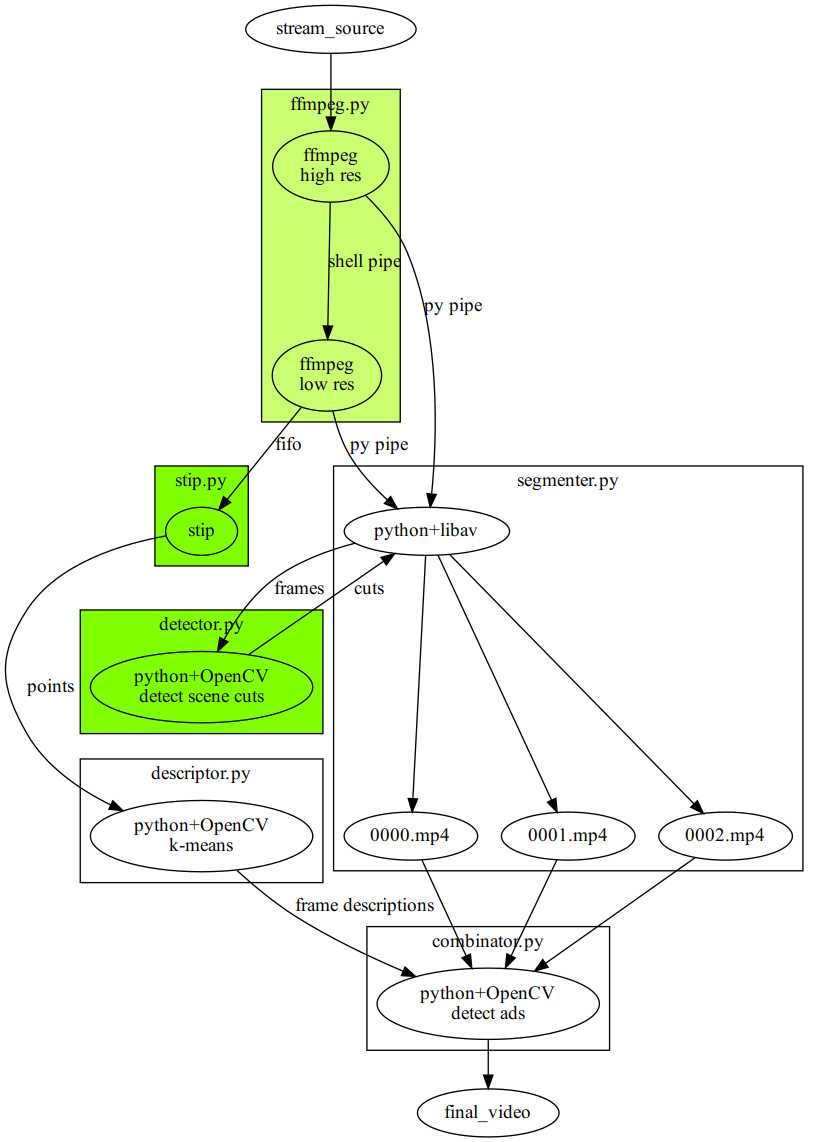
Earlier version of the Graphviz export graph.png (ilyaluk/detect_ads). Its source is kept beside it as graph.gv.
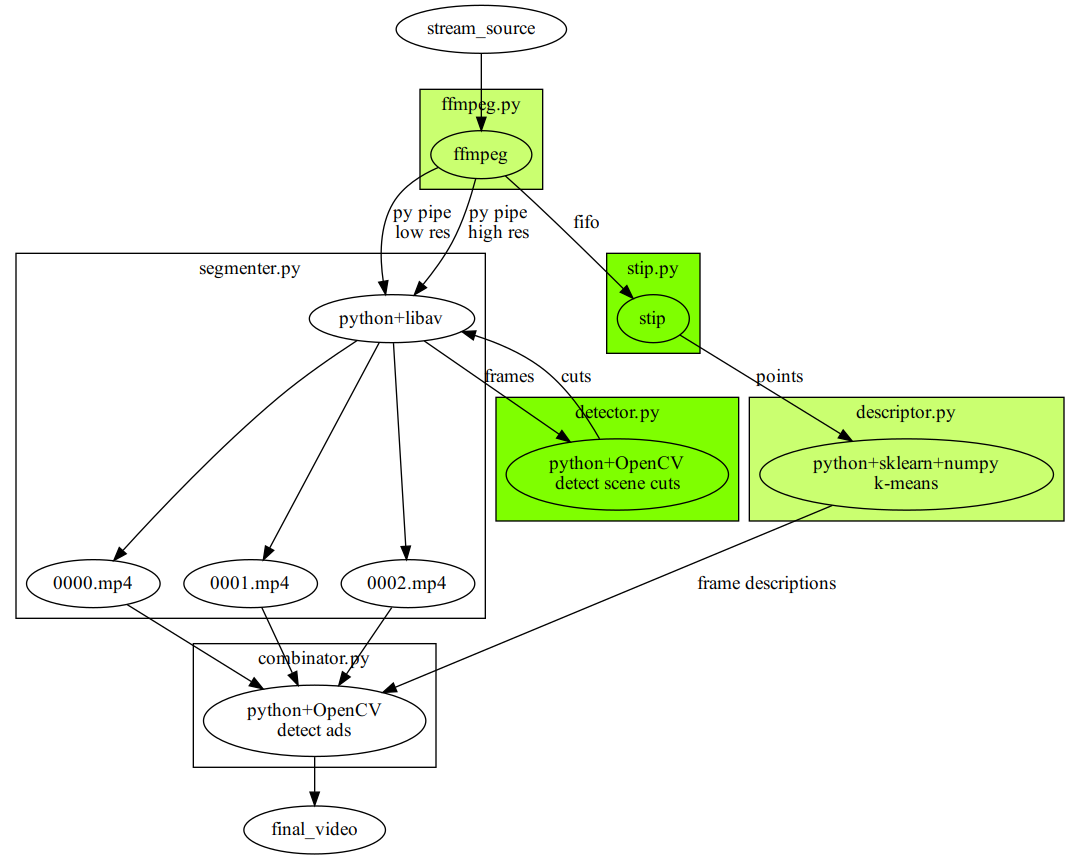
After the change.

Change to the diagram source:
```diff
@@ -1,8 +1,6 @@
 digraph G {
 	subgraph cluster_0 {
-		a0[label="ffmpeg\nhigh res"];
-		a1[label="ffmpeg\nlow res"];
-		a0 -> a1 [label="shell pipe"];
+		a0[label="ffmpeg"];
 		label = "ffmpeg.py";
 		bgcolor = "darkolivegreen1";
 	}
@@ -12,8 +10,9 @@
 		bgcolor = "chartreuse";
 	}
 	subgraph cluster_2 {
-		c0[label="python+OpenCV\nk-means"];
+		c0[label="python+sklearn+numpy\nk-means"];
 		label = "descriptor.py";
+		bgcolor = "darkolivegreen1";
 	}
 	subgraph cluster_3 {
 		d0[label="python+libav\n"];
@@ -35,10 +34,10 @@
 		bgcolor = "chartreuse";
 	}
 	stream_source -> a0;
-	a1 -> b0[label="fifo"];
+	a0 -> b0[label="fifo"];
 	b0 -> c0[label="points"];
-	a0 -> d0[label="py pipe"];
-	a1 -> d0[label="py pipe"];
+	a0 -> d0[label="py pipe\nlow res"];
+	a0 -> d0[label="py pipe\nhigh res"];
 	d1 -> e0;
 	d2 -> e0;
 	d3 -> e0;
```
